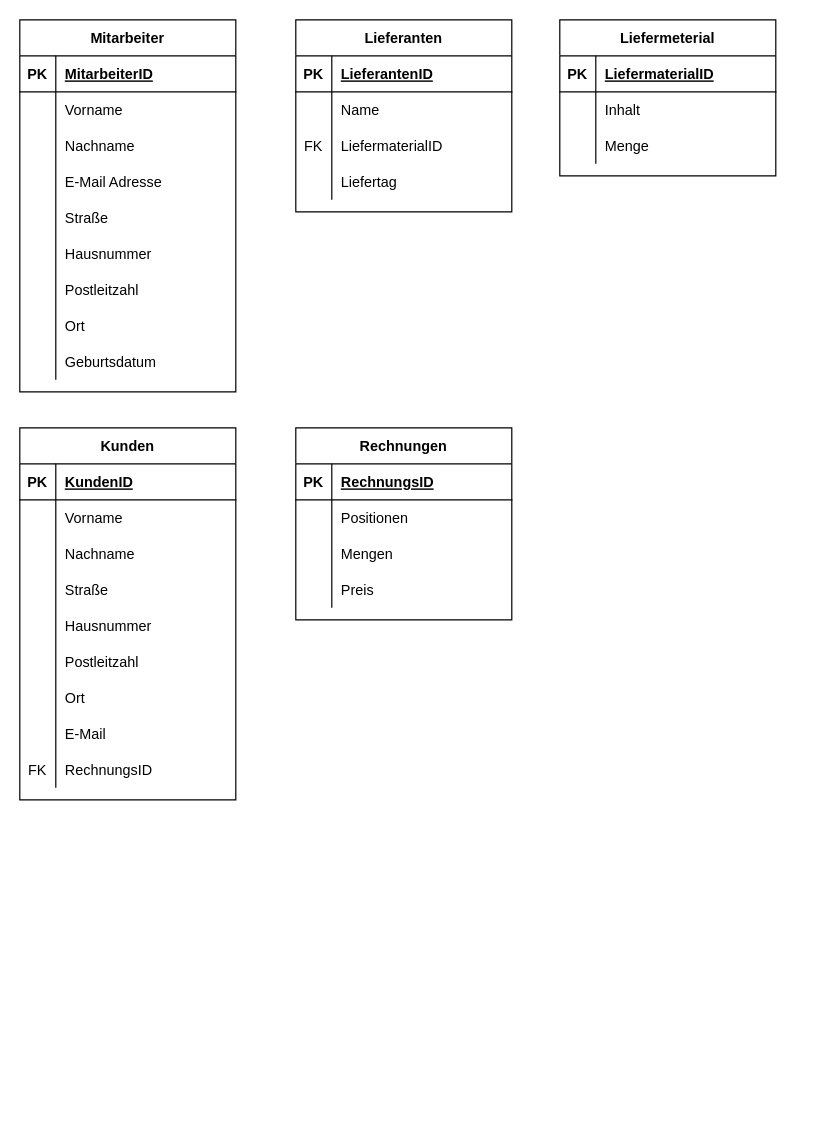
Earlier version of the draw.io diagram _docs/ER Model.drawio (TabithaSusan/angular-restaurant-app). Source tidied: cells renumbered, new cells numbered last; positions are measured from the earlier drawing's top-left corner, leaving out a move shared by most shapes. Both pictures are drawn from the tidied source at 120%, with x=0, y=0 at pixel (19, 19).
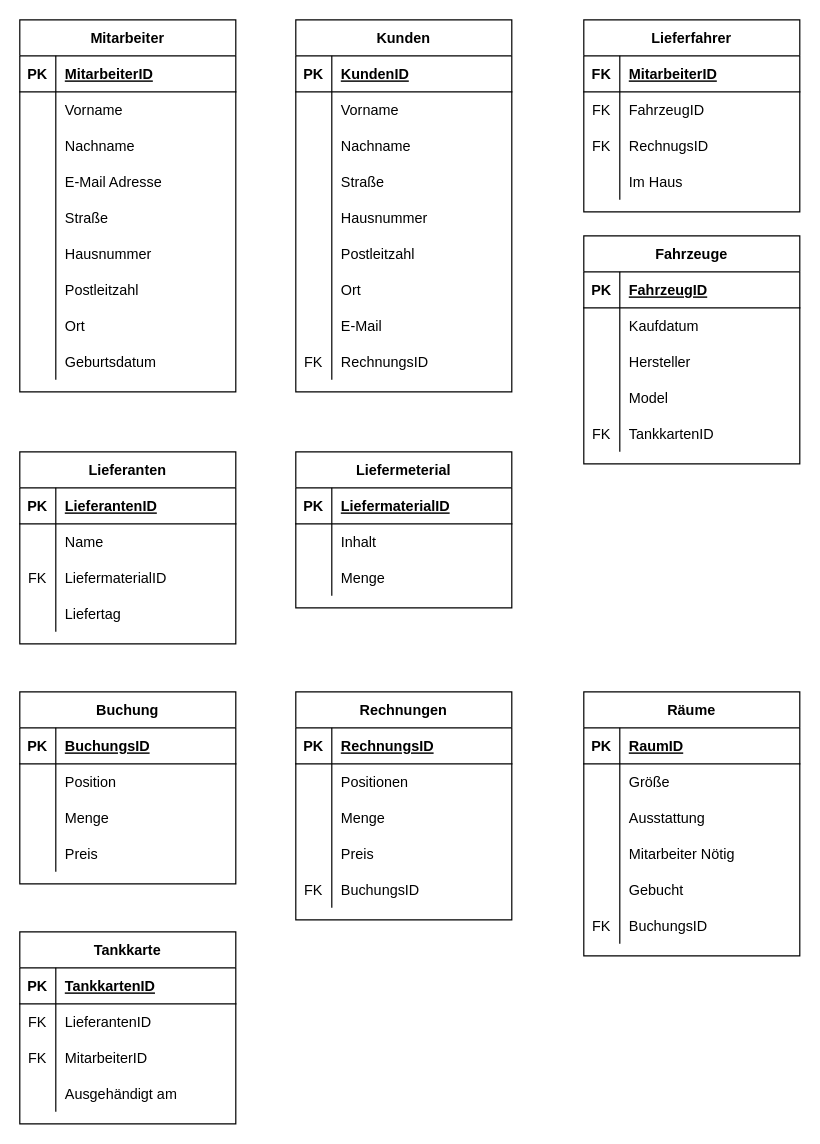
The same page after the edit.

Unchanged cells that the change refers to:
```xml
<mxCell id="88" style="shape=tableRow;horizontal=0;startSize=0;swimlaneHead=0;swimlaneBody=0;fillColor=none;top=0;left=0;right=0;bottom=0;" parent="81" vertex="1">
  <mxGeometry y="90" width="180" height="30" as="geometry" />
</mxCell>
```

Change to the diagram source:
```diff
@@
     <mxCell id="30" value="Lieferanten" style="shape=table;startSize=30;childLayout=tableLayout;rowLines=0;fontStyle=1;align=center;" parent="1" vertex="1">
-      <mxGeometry x="230" width="180" height="160" as="geometry" />
+      <mxGeometry y="360" width="180" height="160" as="geometry" />
     </mxCell>
@@
     <mxCell id="43" value="Liefermeterial" style="shape=table;startSize=30;childLayout=tableLayout;rowLines=0;fontStyle=1;align=center;" parent="1" vertex="1">
-      <mxGeometry x="450" width="180" height="130" as="geometry" />
+      <mxGeometry x="230" y="360" width="180" height="130" as="geometry" />
     </mxCell>
@@
     <mxCell id="53" value="Kunden" style="shape=table;startSize=30;childLayout=tableLayout;rowLines=0;fontStyle=1;align=center;" parent="1" vertex="1">
-      <mxGeometry y="340" width="180" height="310" as="geometry" />
+      <mxGeometry x="230" width="180" height="310" as="geometry" />
     </mxCell>
@@
     <mxCell id="81" value="Rechnungen" style="shape=table;startSize=30;childLayout=tableLayout;rowLines=0;fontStyle=1;align=center;" parent="1" vertex="1">
-      <mxGeometry x="230" y="340" width="180" height="160" as="geometry" />
+      <mxGeometry x="230" y="560" width="180" height="190" as="geometry" />
     </mxCell>
@@
-    <mxCell id="90" value="Mengen" style="shape=partialRectangle;fillColor=none;top=0;left=0;bottom=0;right=0;align=left;spacingLeft=6;overflow=hidden;" parent="88" vertex="1">
+    <mxCell id="90" value="Menge" style="shape=partialRectangle;fillColor=none;top=0;left=0;bottom=0;right=0;align=left;spacingLeft=6;overflow=hidden;" parent="88" vertex="1">
       <mxGeometry x="30" width="150" height="30" as="geometry" />
     </mxCell>
@@
+    <mxCell id="94" style="shape=tableRow;horizontal=0;startSize=0;swimlaneHead=0;swimlaneBody=0;fillColor=none;top=0;left=0;right=0;bottom=0;" parent="81" vertex="1">
+      <mxGeometry y="150" width="180" height="30" as="geometry" />
+    </mxCell>
+    <mxCell id="95" value="FK" style="shape=partialRectangle;fillColor=none;top=0;left=0;bottom=0;right=0;overflow=hidden;" parent="94" vertex="1">
+      <mxGeometry width="30" height="30" as="geometry" />
+    </mxCell>
+    <mxCell id="96" value="BuchungsID" style="shape=partialRectangle;fillColor=none;top=0;left=0;bottom=0;right=0;align=left;spacingLeft=6;overflow=hidden;" parent="94" vertex="1">
+      <mxGeometry x="30" width="150" height="30" as="geometry" />
+    </mxCell>
+    <mxCell id="97" value="Räume" style="shape=table;startSize=30;childLayout=tableLayout;rowLines=0;fontStyle=1;align=center;" parent="1" vertex="1">
+      <mxGeometry x="470" y="560" width="180" height="220" as="geometry" />
+    </mxCell>
+    <mxCell id="98" style="shape=tableRow;horizontal=0;startSize=0;swimlaneHead=0;swimlaneBody=0;fillColor=none;top=0;left=0;right=0;bottom=1;" parent="97" vertex="1">
+      <mxGeometry y="30" width="180" height="30" as="geometry" />
+    </mxCell>
+    <mxCell id="99" value="PK" style="shape=partialRectangle;fillColor=none;top=0;left=0;bottom=0;right=0;fontStyle=1;overflow=hidden;" parent="98" vertex="1">
+      <mxGeometry width="30" height="30" as="geometry" />
+    </mxCell>
+    <mxCell id="100" value="RaumID" style="shape=partialRectangle;fillColor=none;top=0;left=0;bottom=0;right=0;align=left;spacingLeft=6;fontStyle=5;overflow=hidden;" parent="98" vertex="1">
+      <mxGeometry x="30" width="150" height="30" as="geometry" />
+    </mxCell>
+    <mxCell id="101" style="shape=tableRow;horizontal=0;startSize=0;swimlaneHead=0;swimlaneBody=0;fillColor=none;top=0;left=0;right=0;bottom=0;" parent="97" vertex="1">
+      <mxGeometry y="60" width="180" height="30" as="geometry" />
+    </mxCell>
+    <mxCell id="102" style="shape=partialRectangle;fillColor=none;top=0;left=0;bottom=0;right=0;overflow=hidden;" parent="101" vertex="1">
+      <mxGeometry width="30" height="30" as="geometry" />
+    </mxCell>
+    <mxCell id="103" value="Größe" style="shape=partialRectangle;fillColor=none;top=0;left=0;bottom=0;right=0;align=left;spacingLeft=6;overflow=hidden;" parent="101" vertex="1">
+      <mxGeometry x="30" width="150" height="30" as="geometry" />
+    </mxCell>
+    <mxCell id="104" style="shape=tableRow;horizontal=0;startSize=0;swimlaneHead=0;swimlaneBody=0;fillColor=none;top=0;left=0;right=0;bottom=0;" parent="97" vertex="1">
+      <mxGeometry y="90" width="180" height="30" as="geometry" />
+    </mxCell>
+    <mxCell id="105" style="shape=partialRectangle;fillColor=none;top=0;left=0;bottom=0;right=0;overflow=hidden;" parent="104" vertex="1">
+      <mxGeometry width="30" height="30" as="geometry" />
+    </mxCell>
+    <mxCell id="106" value="Ausstattung" style="shape=partialRectangle;fillColor=none;top=0;left=0;bottom=0;right=0;align=left;spacingLeft=6;overflow=hidden;" parent="104" vertex="1">
+      <mxGeometry x="30" width="150" height="30" as="geometry" />
+    </mxCell>
+    <mxCell id="107" style="shape=tableRow;horizontal=0;startSize=0;swimlaneHead=0;swimlaneBody=0;fillColor=none;top=0;left=0;right=0;bottom=0;" parent="97" vertex="1">
+      <mxGeometry y="120" width="180" height="30" as="geometry" />
+    </mxCell>
+    <mxCell id="108" style="shape=partialRectangle;fillColor=none;top=0;left=0;bottom=0;right=0;overflow=hidden;" parent="107" vertex="1">
+      <mxGeometry width="30" height="30" as="geometry" />
+    </mxCell>
+    <mxCell id="109" value="Mitarbeiter Nötig" style="shape=partialRectangle;fillColor=none;top=0;left=0;bottom=0;right=0;align=left;spacingLeft=6;overflow=hidden;" parent="107" vertex="1">
+      <mxGeometry x="30" width="150" height="30" as="geometry" />
+    </mxCell>
+    <mxCell id="110" style="shape=tableRow;horizontal=0;startSize=0;swimlaneHead=0;swimlaneBody=0;fillColor=none;top=0;left=0;right=0;bottom=0;" parent="97" vertex="1">
+      <mxGeometry y="150" width="180" height="30" as="geometry" />
+    </mxCell>
+    <mxCell id="111" style="shape=partialRectangle;fillColor=none;top=0;left=0;bottom=0;right=0;overflow=hidden;" parent="110" vertex="1">
+      <mxGeometry width="30" height="30" as="geometry" />
+    </mxCell>
+    <mxCell id="112" value="Gebucht" style="shape=partialRectangle;fillColor=none;top=0;left=0;bottom=0;right=0;align=left;spacingLeft=6;overflow=hidden;" parent="110" vertex="1">
+      <mxGeometry x="30" width="150" height="30" as="geometry" />
+    </mxCell>
+    <mxCell id="113" style="shape=tableRow;horizontal=0;startSize=0;swimlaneHead=0;swimlaneBody=0;fillColor=none;top=0;left=0;right=0;bottom=0;" parent="97" vertex="1">
+      <mxGeometry y="180" width="180" height="30" as="geometry" />
+    </mxCell>
+    <mxCell id="114" value="FK" style="shape=partialRectangle;fillColor=none;top=0;left=0;bottom=0;right=0;overflow=hidden;" parent="113" vertex="1">
+      <mxGeometry width="30" height="30" as="geometry" />
+    </mxCell>
+    <mxCell id="115" value="BuchungsID" style="shape=partialRectangle;fillColor=none;top=0;left=0;bottom=0;right=0;align=left;spacingLeft=6;overflow=hidden;" parent="113" vertex="1">
+      <mxGeometry x="30" width="150" height="30" as="geometry" />
+    </mxCell>
+    <mxCell id="116" value="Buchung" style="shape=table;startSize=30;childLayout=tableLayout;rowLines=0;fontStyle=1;align=center;" parent="1" vertex="1">
+      <mxGeometry y="560" width="180" height="160" as="geometry" />
+    </mxCell>
+    <mxCell id="117" style="shape=tableRow;horizontal=0;startSize=0;swimlaneHead=0;swimlaneBody=0;fillColor=none;top=0;left=0;right=0;bottom=1;" parent="116" vertex="1">
+      <mxGeometry y="30" width="180" height="30" as="geometry" />
+    </mxCell>
+    <mxCell id="118" value="PK" style="shape=partialRectangle;fillColor=none;top=0;left=0;bottom=0;right=0;fontStyle=1;overflow=hidden;" parent="117" vertex="1">
+      <mxGeometry width="30" height="30" as="geometry" />
+    </mxCell>
+    <mxCell id="119" value="BuchungsID" style="shape=partialRectangle;fillColor=none;top=0;left=0;bottom=0;right=0;align=left;spacingLeft=6;fontStyle=5;overflow=hidden;" parent="117" vertex="1">
+      <mxGeometry x="30" width="150" height="30" as="geometry" />
+    </mxCell>
+    <mxCell id="120" style="shape=tableRow;horizontal=0;startSize=0;swimlaneHead=0;swimlaneBody=0;fillColor=none;top=0;left=0;right=0;bottom=0;" parent="116" vertex="1">
+      <mxGeometry y="60" width="180" height="30" as="geometry" />
+    </mxCell>
+    <mxCell id="121" style="shape=partialRectangle;fillColor=none;top=0;left=0;bottom=0;right=0;overflow=hidden;" parent="120" vertex="1">
+      <mxGeometry width="30" height="30" as="geometry" />
+    </mxCell>
+    <mxCell id="122" value="Position" style="shape=partialRectangle;fillColor=none;top=0;left=0;bottom=0;right=0;align=left;spacingLeft=6;overflow=hidden;" parent="120" vertex="1">
+      <mxGeometry x="30" width="150" height="30" as="geometry" />
+    </mxCell>
+    <mxCell id="123" style="shape=tableRow;horizontal=0;startSize=0;swimlaneHead=0;swimlaneBody=0;fillColor=none;top=0;left=0;right=0;bottom=0;" parent="116" vertex="1">
+      <mxGeometry y="90" width="180" height="30" as="geometry" />
+    </mxCell>
+    <mxCell id="124" style="shape=partialRectangle;fillColor=none;top=0;left=0;bottom=0;right=0;overflow=hidden;" parent="123" vertex="1">
+      <mxGeometry width="30" height="30" as="geometry" />
+    </mxCell>
+    <mxCell id="125" value="Menge" style="shape=partialRectangle;fillColor=none;top=0;left=0;bottom=0;right=0;align=left;spacingLeft=6;overflow=hidden;" parent="123" vertex="1">
+      <mxGeometry x="30" width="150" height="30" as="geometry" />
+    </mxCell>
+    <mxCell id="126" style="shape=tableRow;horizontal=0;startSize=0;swimlaneHead=0;swimlaneBody=0;fillColor=none;top=0;left=0;right=0;bottom=0;" parent="116" vertex="1">
+      <mxGeometry y="120" width="180" height="30" as="geometry" />
+    </mxCell>
+    <mxCell id="127" style="shape=partialRectangle;fillColor=none;top=0;left=0;bottom=0;right=0;overflow=hidden;" parent="126" vertex="1">
+      <mxGeometry width="30" height="30" as="geometry" />
+    </mxCell>
+    <mxCell id="128" value="Preis" style="shape=partialRectangle;fillColor=none;top=0;left=0;bottom=0;right=0;align=left;spacingLeft=6;overflow=hidden;" parent="126" vertex="1">
+      <mxGeometry x="30" width="150" height="30" as="geometry" />
+    </mxCell>
+    <mxCell id="129" value="Lieferfahrer" style="shape=table;startSize=30;childLayout=tableLayout;rowLines=0;fontStyle=1;align=center;" parent="1" vertex="1">
+      <mxGeometry x="470" width="180" height="160" as="geometry" />
+    </mxCell>
+    <mxCell id="130" style="shape=tableRow;horizontal=0;startSize=0;swimlaneHead=0;swimlaneBody=0;fillColor=none;top=0;left=0;right=0;bottom=1;" parent="129" vertex="1">
+      <mxGeometry y="30" width="180" height="30" as="geometry" />
+    </mxCell>
+    <mxCell id="131" value="FK" style="shape=partialRectangle;fillColor=none;top=0;left=0;bottom=0;right=0;fontStyle=1;overflow=hidden;" parent="130" vertex="1">
+      <mxGeometry width="30" height="30" as="geometry" />
+    </mxCell>
+    <mxCell id="132" value="MitarbeiterID" style="shape=partialRectangle;fillColor=none;top=0;left=0;bottom=0;right=0;align=left;spacingLeft=6;fontStyle=5;overflow=hidden;" parent="130" vertex="1">
+      <mxGeometry x="30" width="150" height="30" as="geometry" />
+    </mxCell>
+    <mxCell id="133" style="shape=tableRow;horizontal=0;startSize=0;swimlaneHead=0;swimlaneBody=0;fillColor=none;top=0;left=0;right=0;bottom=0;" parent="129" vertex="1">
+      <mxGeometry y="60" width="180" height="30" as="geometry" />
+    </mxCell>
+    <mxCell id="134" value="FK" style="shape=partialRectangle;fillColor=none;top=0;left=0;bottom=0;right=0;overflow=hidden;" parent="133" vertex="1">
+      <mxGeometry width="30" height="30" as="geometry" />
+    </mxCell>
+    <mxCell id="135" value="FahrzeugID" style="shape=partialRectangle;fillColor=none;top=0;left=0;bottom=0;right=0;align=left;spacingLeft=6;overflow=hidden;" parent="133" vertex="1">
+      <mxGeometry x="30" width="150" height="30" as="geometry" />
+    </mxCell>
+    <mxCell id="136" style="shape=tableRow;horizontal=0;startSize=0;swimlaneHead=0;swimlaneBody=0;fillColor=none;top=0;left=0;right=0;bottom=0;" parent="129" vertex="1">
+      <mxGeometry y="90" width="180" height="30" as="geometry" />
+    </mxCell>
+    <mxCell id="137" value="FK" style="shape=partialRectangle;fillColor=none;top=0;left=0;bottom=0;right=0;overflow=hidden;" parent="136" vertex="1">
+      <mxGeometry width="30" height="30" as="geometry" />
+    </mxCell>
+    <mxCell id="138" value="RechnugsID" style="shape=partialRectangle;fillColor=none;top=0;left=0;bottom=0;right=0;align=left;spacingLeft=6;overflow=hidden;" parent="136" vertex="1">
+      <mxGeometry x="30" width="150" height="30" as="geometry" />
+    </mxCell>
+    <mxCell id="139" style="shape=tableRow;horizontal=0;startSize=0;swimlaneHead=0;swimlaneBody=0;fillColor=none;top=0;left=0;right=0;bottom=0;" parent="129" vertex="1">
+      <mxGeometry y="120" width="180" height="30" as="geometry" />
+    </mxCell>
+    <mxCell id="140" style="shape=partialRectangle;fillColor=none;top=0;left=0;bottom=0;right=0;overflow=hidden;" parent="139" vertex="1">
+      <mxGeometry width="30" height="30" as="geometry" />
+    </mxCell>
+    <mxCell id="141" value="Im Haus" style="shape=partialRectangle;fillColor=none;top=0;left=0;bottom=0;right=0;align=left;spacingLeft=6;overflow=hidden;" parent="139" vertex="1">
+      <mxGeometry x="30" width="150" height="30" as="geometry" />
+    </mxCell>
+    <mxCell id="142" value="Fahrzeuge" style="shape=table;startSize=30;childLayout=tableLayout;rowLines=0;fontStyle=1;align=center;" parent="1" vertex="1">
+      <mxGeometry x="470" y="180" width="180" height="190" as="geometry" />
+    </mxCell>
+    <mxCell id="143" style="shape=tableRow;horizontal=0;startSize=0;swimlaneHead=0;swimlaneBody=0;fillColor=none;top=0;left=0;right=0;bottom=1;" parent="142" vertex="1">
+      <mxGeometry y="30" width="180" height="30" as="geometry" />
+    </mxCell>
+    <mxCell id="144" value="PK" style="shape=partialRectangle;fillColor=none;top=0;left=0;bottom=0;right=0;fontStyle=1;overflow=hidden;" parent="143" vertex="1">
+      <mxGeometry width="30" height="30" as="geometry" />
+    </mxCell>
+    <mxCell id="145" value="FahrzeugID" style="shape=partialRectangle;fillColor=none;top=0;left=0;bottom=0;right=0;align=left;spacingLeft=6;fontStyle=5;overflow=hidden;" parent="143" vertex="1">
+      <mxGeometry x="30" width="150" height="30" as="geometry" />
+    </mxCell>
+    <mxCell id="146" style="shape=tableRow;horizontal=0;startSize=0;swimlaneHead=0;swimlaneBody=0;fillColor=none;top=0;left=0;right=0;bottom=0;" parent="142" vertex="1">
+      <mxGeometry y="60" width="180" height="30" as="geometry" />
+    </mxCell>
+    <mxCell id="147" style="shape=partialRectangle;fillColor=none;top=0;left=0;bottom=0;right=0;overflow=hidden;" parent="146" vertex="1">
+      <mxGeometry width="30" height="30" as="geometry" />
+    </mxCell>
+    <mxCell id="148" value="Kaufdatum" style="shape=partialRectangle;fillColor=none;top=0;left=0;bottom=0;right=0;align=left;spacingLeft=6;overflow=hidden;" parent="146" vertex="1">
+      <mxGeometry x="30" width="150" height="30" as="geometry" />
+    </mxCell>
+    <mxCell id="149" style="shape=tableRow;horizontal=0;startSize=0;swimlaneHead=0;swimlaneBody=0;fillColor=none;top=0;left=0;right=0;bottom=0;" parent="142" vertex="1">
+      <mxGeometry y="90" width="180" height="30" as="geometry" />
+    </mxCell>
+    <mxCell id="150" style="shape=partialRectangle;fillColor=none;top=0;left=0;bottom=0;right=0;overflow=hidden;" parent="149" vertex="1">
+      <mxGeometry width="30" height="30" as="geometry" />
+    </mxCell>
+    <mxCell id="151" value="Hersteller" style="shape=partialRectangle;fillColor=none;top=0;left=0;bottom=0;right=0;align=left;spacingLeft=6;overflow=hidden;" parent="149" vertex="1">
+      <mxGeometry x="30" width="150" height="30" as="geometry" />
+    </mxCell>
+    <mxCell id="152" style="shape=tableRow;horizontal=0;startSize=0;swimlaneHead=0;swimlaneBody=0;fillColor=none;top=0;left=0;right=0;bottom=0;" parent="142" vertex="1">
+      <mxGeometry y="120" width="180" height="30" as="geometry" />
+    </mxCell>
+    <mxCell id="153" style="shape=partialRectangle;fillColor=none;top=0;left=0;bottom=0;right=0;overflow=hidden;" parent="152" vertex="1">
+      <mxGeometry width="30" height="30" as="geometry" />
+    </mxCell>
+    <mxCell id="154" value="Model" style="shape=partialRectangle;fillColor=none;top=0;left=0;bottom=0;right=0;align=left;spacingLeft=6;overflow=hidden;" parent="152" vertex="1">
+      <mxGeometry x="30" width="150" height="30" as="geometry" />
+    </mxCell>
+    <mxCell id="155" style="shape=tableRow;horizontal=0;startSize=0;swimlaneHead=0;swimlaneBody=0;fillColor=none;top=0;left=0;right=0;bottom=0;" parent="142" vertex="1">
+      <mxGeometry y="150" width="180" height="30" as="geometry" />
+    </mxCell>
+    <mxCell id="156" value="FK" style="shape=partialRectangle;fillColor=none;top=0;left=0;bottom=0;right=0;overflow=hidden;" parent="155" vertex="1">
+      <mxGeometry width="30" height="30" as="geometry" />
+    </mxCell>
+    <mxCell id="157" value="TankkartenID" style="shape=partialRectangle;fillColor=none;top=0;left=0;bottom=0;right=0;align=left;spacingLeft=6;overflow=hidden;" parent="155" vertex="1">
+      <mxGeometry x="30" width="150" height="30" as="geometry" />
+    </mxCell>
+    <mxCell id="158" value="Tankkarte" style="shape=table;startSize=30;childLayout=tableLayout;rowLines=0;fontStyle=1;align=center;" parent="1" vertex="1">
+      <mxGeometry y="760" width="180" height="160" as="geometry" />
+    </mxCell>
+    <mxCell id="159" style="shape=tableRow;horizontal=0;startSize=0;swimlaneHead=0;swimlaneBody=0;fillColor=none;top=0;left=0;right=0;bottom=1;" parent="158" vertex="1">
+      <mxGeometry y="30" width="180" height="30" as="geometry" />
+    </mxCell>
+    <mxCell id="160" value="PK" style="shape=partialRectangle;fillColor=none;top=0;left=0;bottom=0;right=0;fontStyle=1;overflow=hidden;" parent="159" vertex="1">
+      <mxGeometry width="30" height="30" as="geometry" />
+    </mxCell>
+    <mxCell id="161" value="TankkartenID" style="shape=partialRectangle;fillColor=none;top=0;left=0;bottom=0;right=0;align=left;spacingLeft=6;fontStyle=5;overflow=hidden;" parent="159" vertex="1">
+      <mxGeometry x="30" width="150" height="30" as="geometry" />
+    </mxCell>
+    <mxCell id="162" style="shape=tableRow;horizontal=0;startSize=0;swimlaneHead=0;swimlaneBody=0;fillColor=none;top=0;left=0;right=0;bottom=0;" parent="158" vertex="1">
+      <mxGeometry y="60" width="180" height="30" as="geometry" />
+    </mxCell>
+    <mxCell id="163" value="FK" style="shape=partialRectangle;fillColor=none;top=0;left=0;bottom=0;right=0;overflow=hidden;" parent="162" vertex="1">
+      <mxGeometry width="30" height="30" as="geometry" />
+    </mxCell>
+    <mxCell id="164" value="LieferantenID" style="shape=partialRectangle;fillColor=none;top=0;left=0;bottom=0;right=0;align=left;spacingLeft=6;overflow=hidden;" parent="162" vertex="1">
+      <mxGeometry x="30" width="150" height="30" as="geometry" />
+    </mxCell>
+    <mxCell id="165" style="shape=tableRow;horizontal=0;startSize=0;swimlaneHead=0;swimlaneBody=0;fillColor=none;top=0;left=0;right=0;bottom=0;" parent="158" vertex="1">
+      <mxGeometry y="90" width="180" height="30" as="geometry" />
+    </mxCell>
+    <mxCell id="166" value="FK" style="shape=partialRectangle;fillColor=none;top=0;left=0;bottom=0;right=0;overflow=hidden;" parent="165" vertex="1">
+      <mxGeometry width="30" height="30" as="geometry" />
+    </mxCell>
+    <mxCell id="167" value="MitarbeiterID" style="shape=partialRectangle;fillColor=none;top=0;left=0;bottom=0;right=0;align=left;spacingLeft=6;overflow=hidden;" parent="165" vertex="1">
+      <mxGeometry x="30" width="150" height="30" as="geometry" />
+    </mxCell>
+    <mxCell id="168" style="shape=tableRow;horizontal=0;startSize=0;swimlaneHead=0;swimlaneBody=0;fillColor=none;top=0;left=0;right=0;bottom=0;" parent="158" vertex="1">
+      <mxGeometry y="120" width="180" height="30" as="geometry" />
+    </mxCell>
+    <mxCell id="169" style="shape=partialRectangle;fillColor=none;top=0;left=0;bottom=0;right=0;overflow=hidden;" parent="168" vertex="1">
+      <mxGeometry width="30" height="30" as="geometry" />
+    </mxCell>
+    <mxCell id="170" value="Ausgehändigt am" style="shape=partialRectangle;fillColor=none;top=0;left=0;bottom=0;right=0;align=left;spacingLeft=6;overflow=hidden;" parent="168" vertex="1">
+      <mxGeometry x="30" width="150" height="30" as="geometry" />
+    </mxCell>
```
